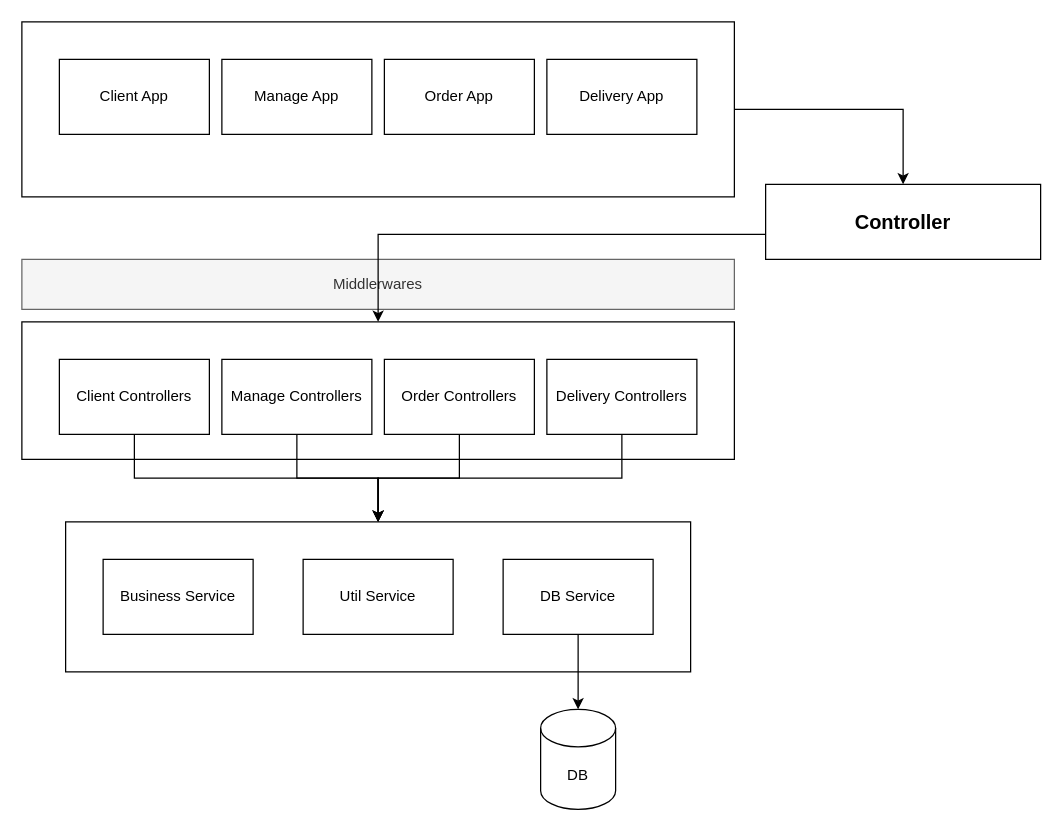
sanjayheaven/Gganbu keeps this draw.io diagram as 图/Server 零Api结构.drawio. Above is the earlier version. Source tidied: cells renumbered, new cells numbered last; positions are measured from the earlier drawing's top-left corner, leaving out a move shared by most shapes. Both pictures are drawn from the tidied source at 125%, with x=0, y=0 at pixel (21, 21).
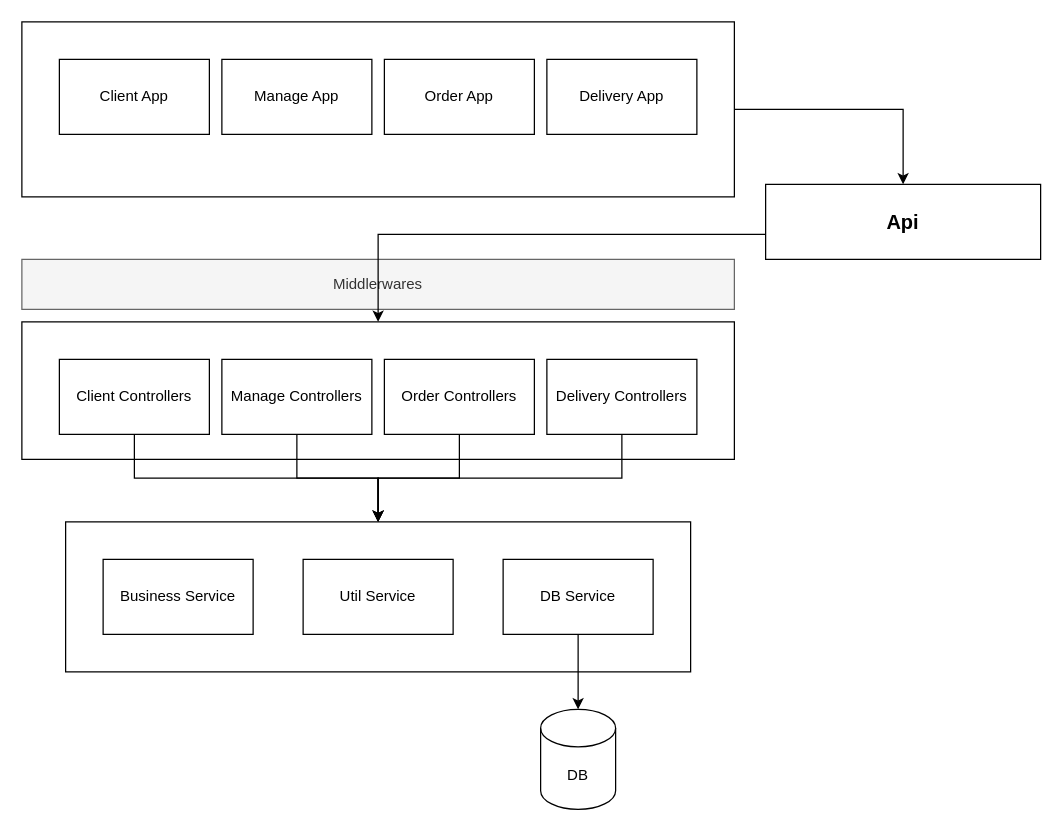
After the change.

Change to the diagram source:
```diff
@@
-    <mxCell id="25" value="&lt;font style=&quot;font-size: 16px&quot;&gt;&lt;b&gt;Controller&lt;/b&gt;&lt;/font&gt;" style="rounded=0;whiteSpace=wrap;html=1;" parent="1" vertex="1">
+    <mxCell id="25" value="&lt;font style=&quot;font-size: 16px&quot;&gt;&lt;b&gt;Api&lt;/b&gt;&lt;/font&gt;" style="rounded=0;whiteSpace=wrap;html=1;" parent="1" vertex="1">
       <mxGeometry x="595" y="130" width="220" height="60" as="geometry" />
     </mxCell>
```
